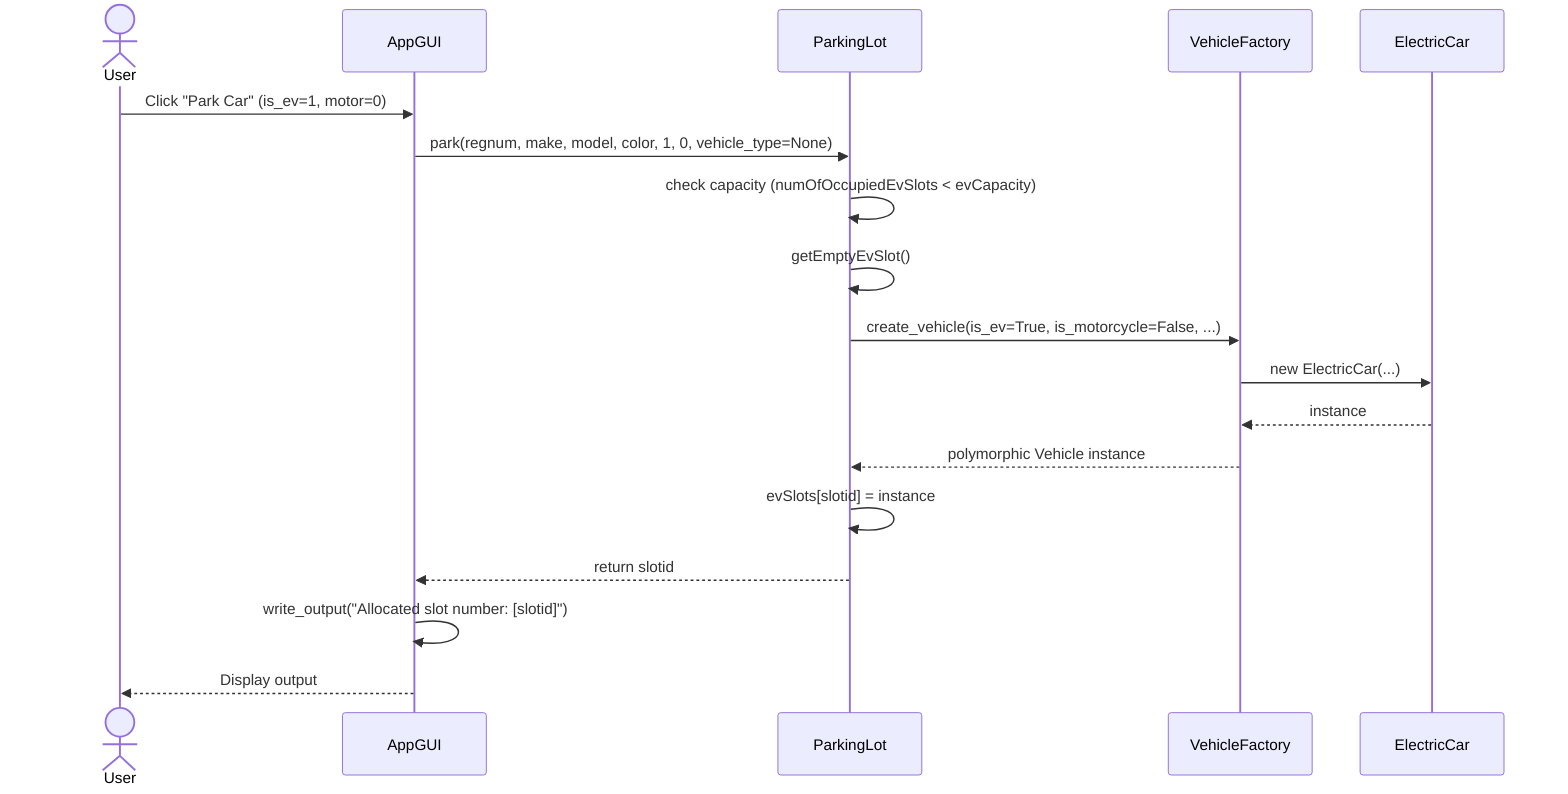
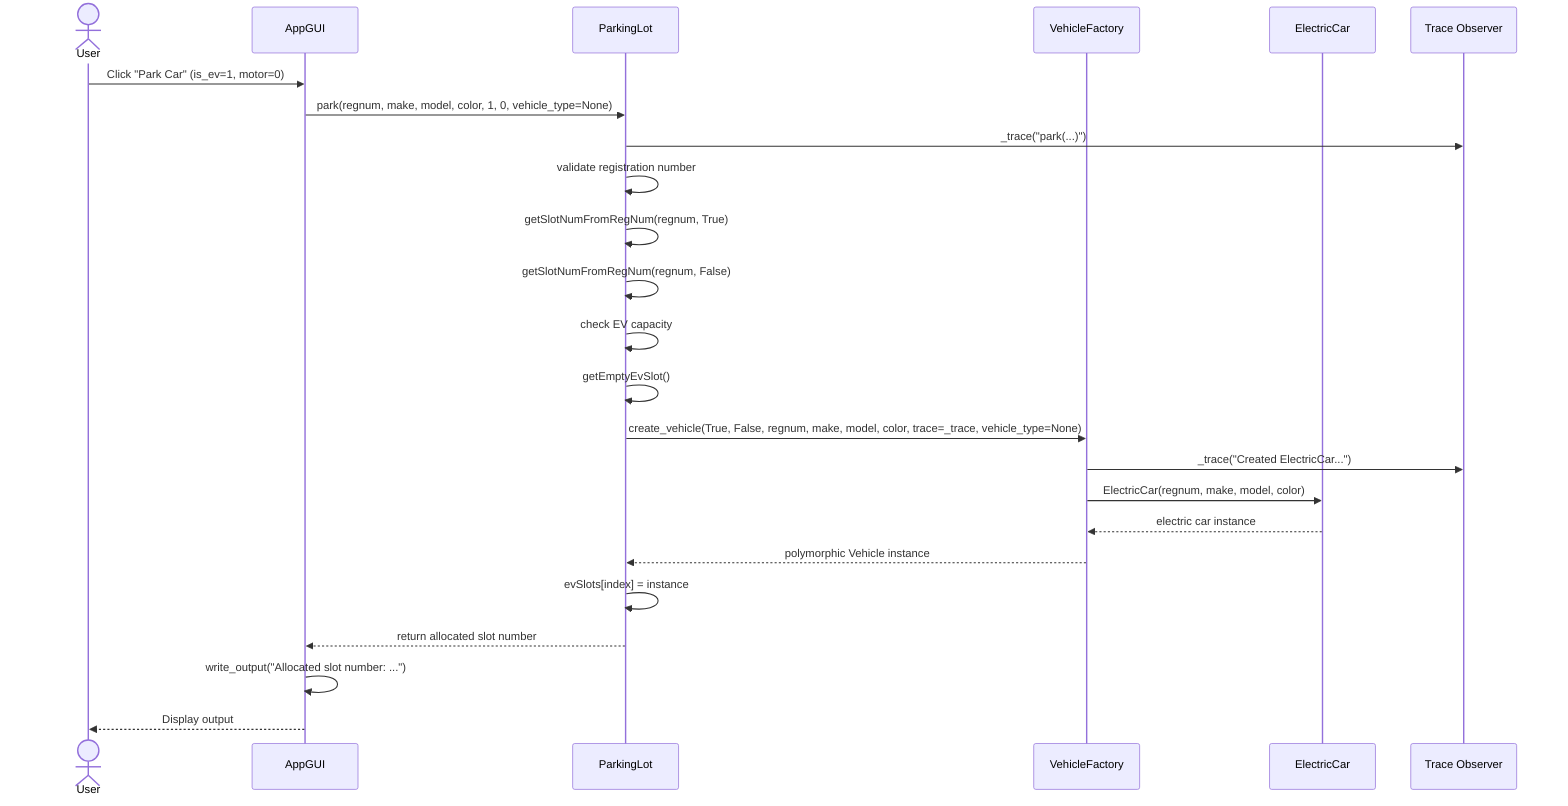
sequenceDiagram
    actor User
    participant GUI as AppGUI
    participant PL as ParkingLot
    participant VF as VehicleFactory
    participant EC as ElectricCar
+     participant Trace as Trace Observer

    User->>GUI: Click "Park Car" (is_ev=1, motor=0)
    GUI->>PL: park(regnum, make, model, color, 1, 0, vehicle_type=None)
-     PL->>PL: check capacity (numOfOccupiedEvSlots < evCapacity)
+     PL->>Trace: _trace("park(...)")
+     PL->>PL: validate registration number
+     PL->>PL: getSlotNumFromRegNum(regnum, True)
+     PL->>PL: getSlotNumFromRegNum(regnum, False)
+     PL->>PL: check EV capacity
    PL->>PL: getEmptyEvSlot()
-     PL->>VF: create_vehicle(is_ev=True, is_motorcycle=False, ...)
-     VF->>EC: new ElectricCar(...)
-     EC-->>VF: instance
+     PL->>VF: create_vehicle(True, False, regnum, make, model, color, trace=_trace, vehicle_type=None)
+     VF->>Trace: _trace("Created ElectricCar...")
+     VF->>EC: ElectricCar(regnum, make, model, color)
+     EC-->>VF: electric car instance
    VF-->>PL: polymorphic Vehicle instance
-     PL->>PL: evSlots[slotid] = instance
-     PL-->>GUI: return slotid
-     GUI->>GUI: write_output("Allocated slot number: [slotid]")
+     PL->>PL: evSlots[index] = instance
+     PL-->>GUI: return allocated slot number
+     GUI->>GUI: write_output("Allocated slot number: ...")
    GUI-->>User: Display output
